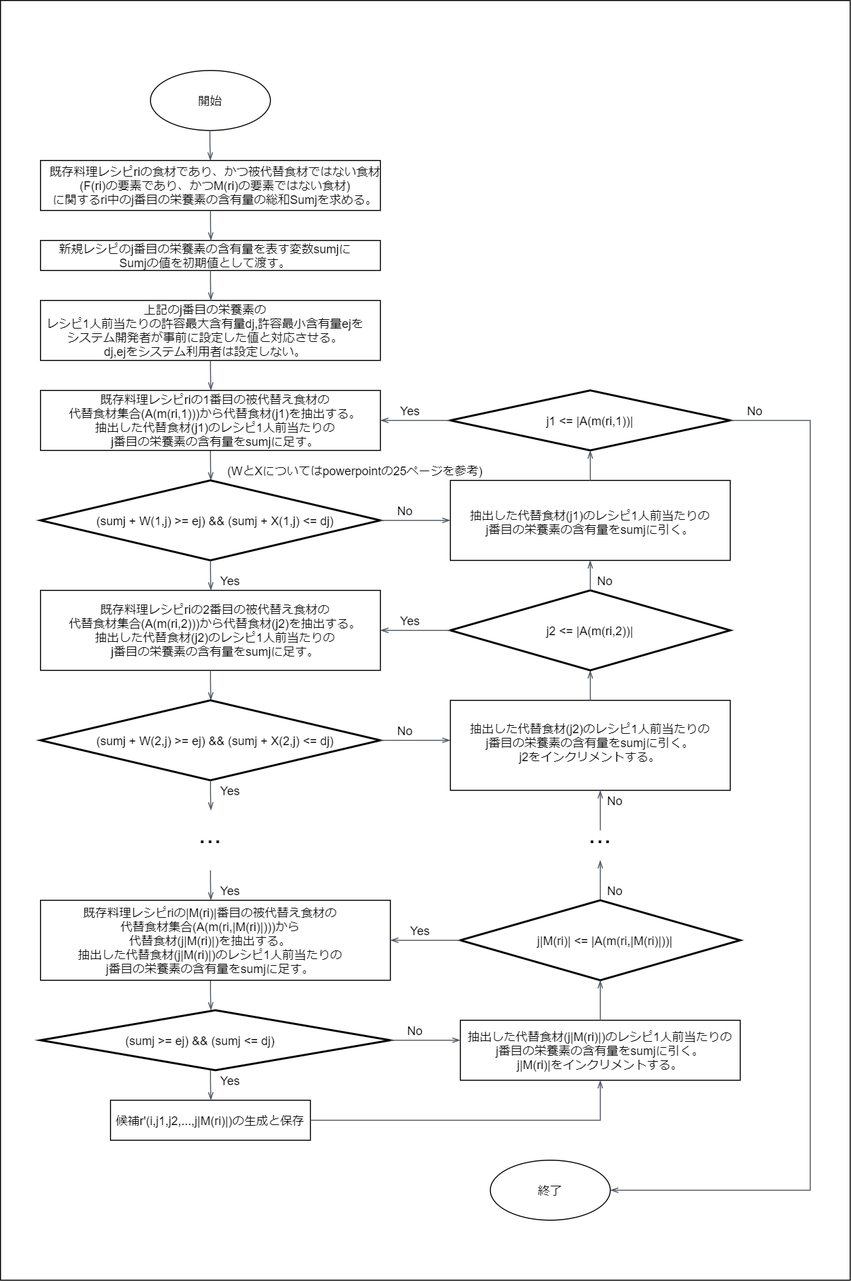
Earlier version of the draw.io export 従来研究フロー図.png (jokertennis/github-flow-practice). Source tidied: cells renumbered, new cells last; positions are measured from the earlier drawing's top-left corner, leaving out a move shared by most shapes.
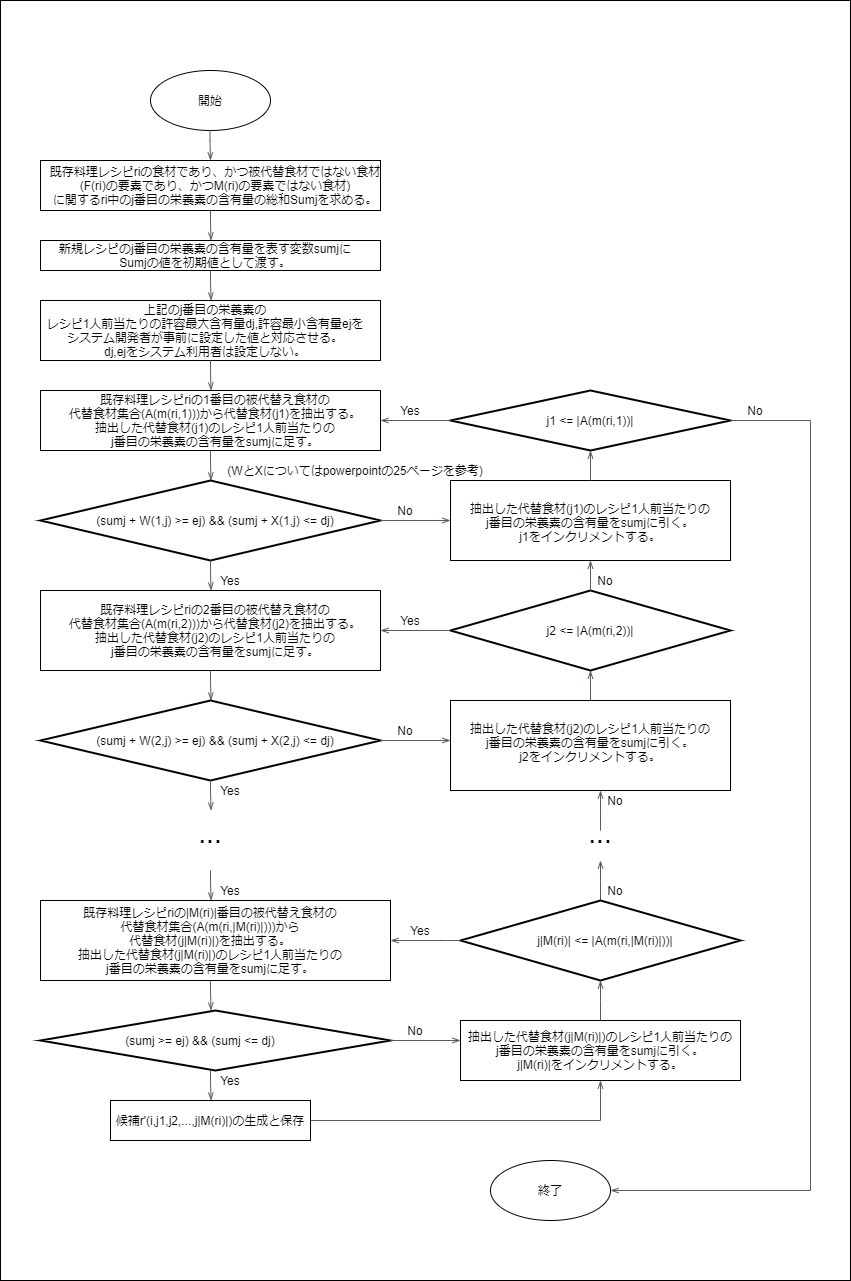
After the commit.

Commit message:
Added 従来研究フロー図.png

Diff of the diagram source:
```diff
@@ -218,8 +218,8 @@
     <mxCell id="43" style="verticalLabelPosition=bottom;verticalAlign=top;html=1;shape=mxgraph.basic.rect;fillColor2=none;strokeWidth=1;size=20;indent=5;rounded=0;labelBackgroundColor=#ffffff;sketch=0;fillColor=none;labelBorderColor=none;" parent="1" vertex="1">
       <mxGeometry x="450" y="480" width="280" height="80" as="geometry" />
     </mxCell>
-    <mxCell id="44" value="&#10;抽出した代替食材(j1)のレシピ1人前当たりの&#10;j番目の栄養素の含有量をsumjに引く。" style="text;align=center;verticalAlign=middle;" parent="1" vertex="1">
-      <mxGeometry x="460" y="490" width="260" height="50" as="geometry" />
+    <mxCell id="44" value="&#10;抽出した代替食材(j1)のレシピ1人前当たりの&#10;j番目の栄養素の含有量をsumjに引く。&#10;j1をインクリメントする。" style="text;align=center;verticalAlign=middle;" parent="1" vertex="1">
+      <mxGeometry x="460" y="485" width="260" height="60" as="geometry" />
     </mxCell>
     <mxCell id="45" style="edgeStyle=orthogonalEdgeStyle;html=1;endArrow=openThin;elbow=vertical;startArrow=none;endFill=0;strokeColor=#545B64;rounded=0;" parent="1" edge="1">
       <mxGeometry relative="1" as="geometry">
```
